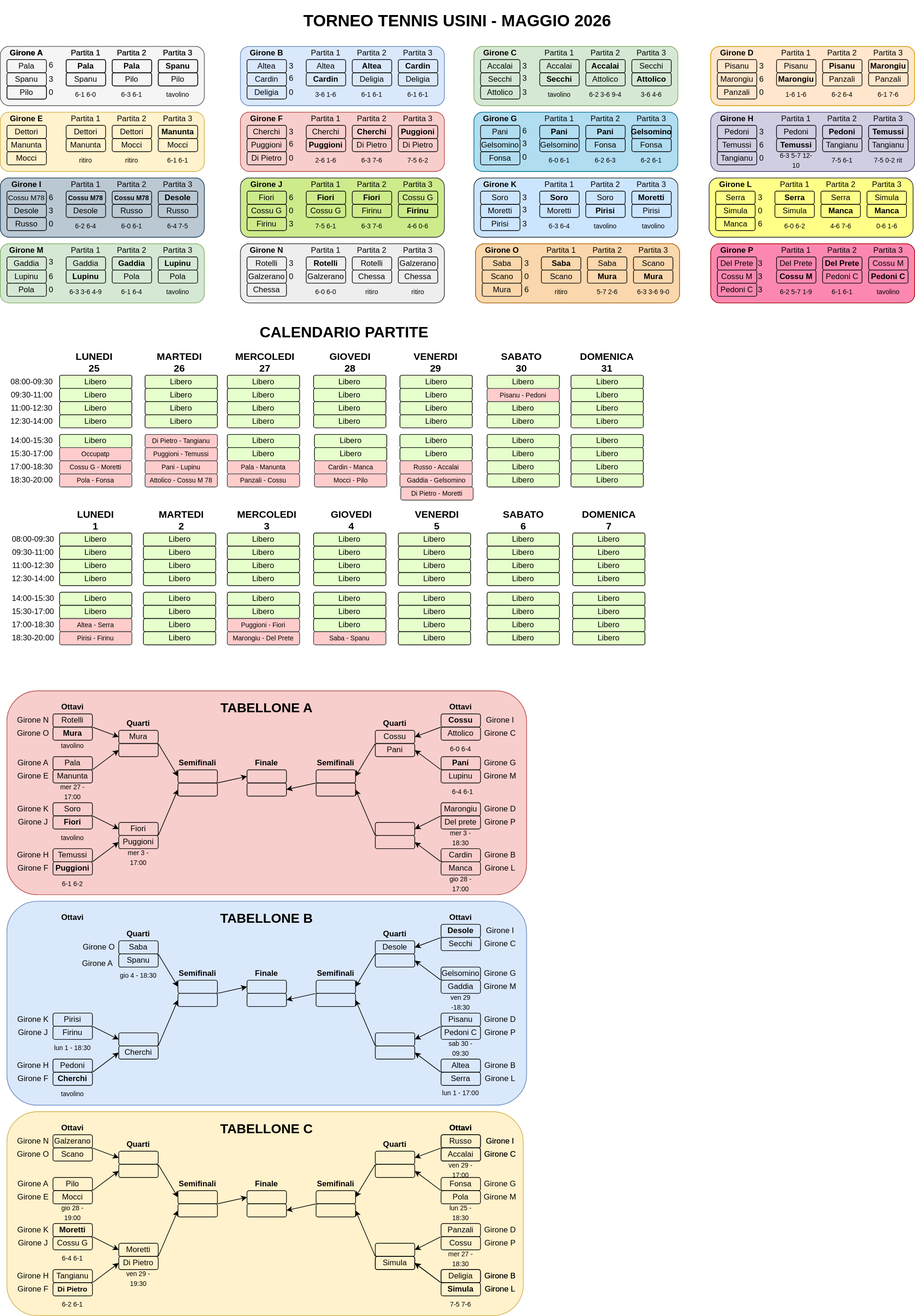
Before: torneo-tennis-2026/tabellone.drawio.svg, a diagram exported from draw.io (cscalaresu/tornei). Source tidied: cells renumbered, new cells last; positions are measured from the earlier drawing's top-left corner, leaving out a move shared by most shapes.
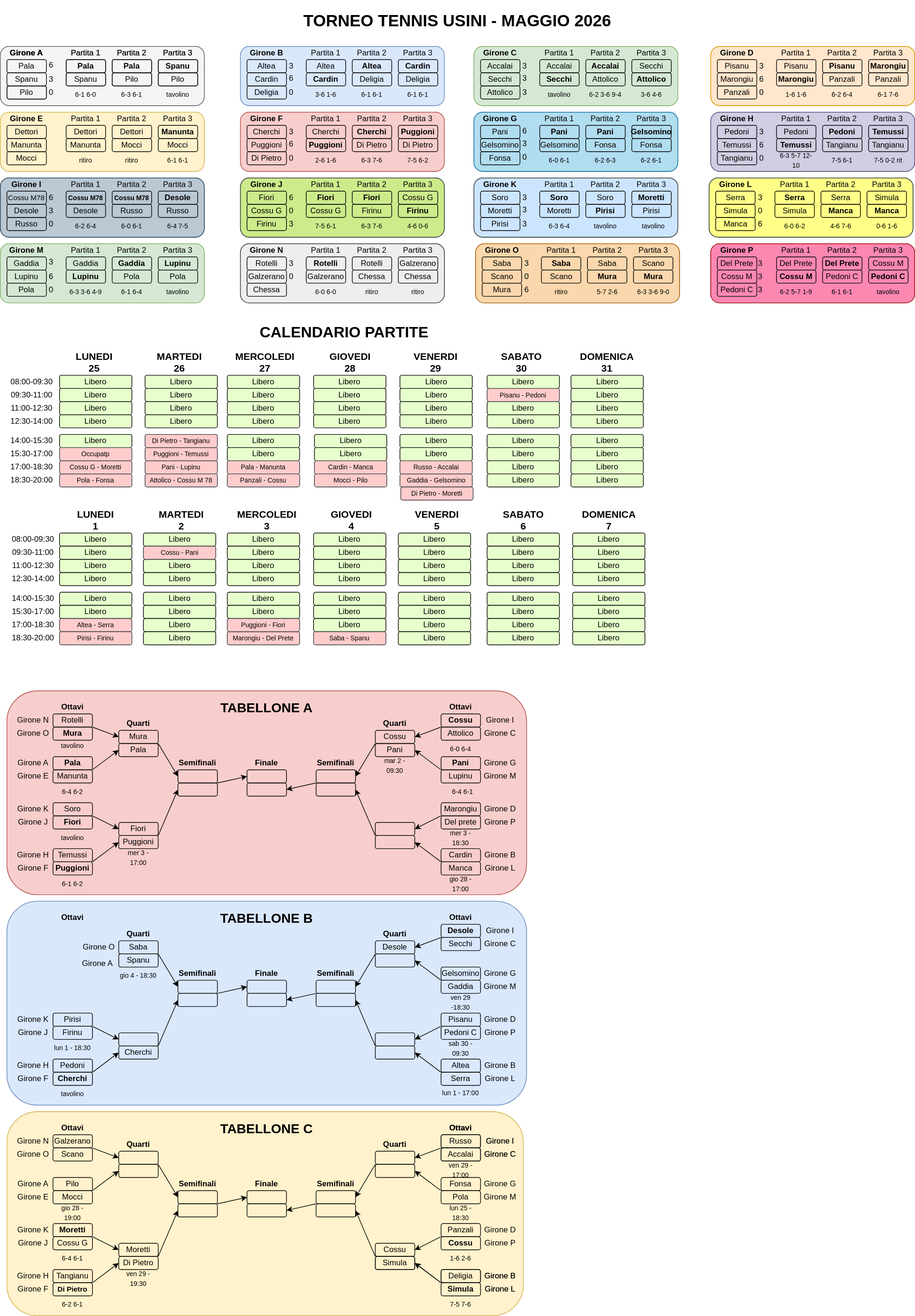
Above is the later version.

Diff of the diagram source:
```diff
@@ -1364,7 +1364,7 @@
     <mxCell id="453" value="Girone O" style="text;html=1;align=center;verticalAlign=middle;whiteSpace=wrap;rounded=0;" parent="1" vertex="1">
       <mxGeometry x="20" y="1100" width="60" height="30" as="geometry" />
     </mxCell>
-    <mxCell id="454" value="&lt;span style=&quot;font-weight: normal;&quot;&gt;Pala&lt;/span&gt;" style="rounded=1;whiteSpace=wrap;html=1;fillColor=none;fontStyle=1;" parent="1" vertex="1">
+    <mxCell id="454" value="&lt;span style=&quot;&quot;&gt;Pala&lt;/span&gt;" style="rounded=1;whiteSpace=wrap;html=1;fillColor=none;fontStyle=1;" parent="1" vertex="1">
       <mxGeometry x="80" y="1150" width="60" height="20" as="geometry" />
     </mxCell>
     <mxCell id="455" value="&lt;span style=&quot;font-weight: normal;&quot;&gt;Manunta&lt;/span&gt;" style="rounded=1;whiteSpace=wrap;html=1;fillColor=none;fontStyle=1;" parent="1" vertex="1">
@@ -1427,7 +1427,7 @@
     <mxCell id="474" value="&lt;div&gt;Mura&lt;/div&gt;" style="rounded=1;whiteSpace=wrap;html=1;fillColor=none;" parent="1" vertex="1">
       <mxGeometry x="180" y="1110" width="60" height="20" as="geometry" />
     </mxCell>
-    <mxCell id="475" value="&lt;div&gt;&lt;br&gt;&lt;/div&gt;" style="rounded=1;whiteSpace=wrap;html=1;fillColor=none;" parent="1" vertex="1">
+    <mxCell id="475" value="&lt;div&gt;Pala&lt;/div&gt;" style="rounded=1;whiteSpace=wrap;html=1;fillColor=none;" parent="1" vertex="1">
       <mxGeometry x="180" y="1130" width="60" height="20" as="geometry" />
     </mxCell>
     <mxCell id="476" value="&lt;div&gt;Fiori&lt;/div&gt;" style="rounded=1;whiteSpace=wrap;html=1;fillColor=none;" parent="1" vertex="1">
@@ -1874,7 +1874,7 @@
     <mxCell id="621" value="&lt;div&gt;&lt;br&gt;&lt;/div&gt;" style="rounded=1;whiteSpace=wrap;html=1;fillColor=none;" parent="1" vertex="1">
       <mxGeometry x="570" y="1770" width="60" height="20" as="geometry" />
     </mxCell>
-    <mxCell id="622" value="&lt;div&gt;&lt;br&gt;&lt;/div&gt;" style="rounded=1;whiteSpace=wrap;html=1;fillColor=none;" parent="1" vertex="1">
+    <mxCell id="622" value="&lt;div&gt;Cossu&lt;/div&gt;" style="rounded=1;whiteSpace=wrap;html=1;fillColor=none;" parent="1" vertex="1">
       <mxGeometry x="570" y="1890" width="60" height="20" as="geometry" />
     </mxCell>
     <mxCell id="623" value="&lt;b&gt;Semifinali&lt;/b&gt;" style="text;html=1;align=center;verticalAlign=middle;whiteSpace=wrap;rounded=0;" parent="1" vertex="1">
@@ -1889,7 +1889,7 @@
     <mxCell id="626" value="Panzali" style="rounded=1;whiteSpace=wrap;html=1;fillColor=none;" parent="1" vertex="1">
       <mxGeometry x="670" y="1860" width="60" height="20" as="geometry" />
     </mxCell>
-    <mxCell id="627" value="Cossu" style="rounded=1;whiteSpace=wrap;html=1;fillColor=none;" parent="1" vertex="1">
+    <mxCell id="627" value="Cossu" style="rounded=1;whiteSpace=wrap;html=1;fillColor=none;fontStyle=1;" parent="1" vertex="1">
       <mxGeometry x="670" y="1880" width="60" height="20" as="geometry" />
     </mxCell>
     <mxCell id="628" value="&lt;b&gt;Quarti&lt;/b&gt;" style="text;html=1;align=center;verticalAlign=middle;whiteSpace=wrap;rounded=0;" parent="1" vertex="1">
@@ -2507,7 +2507,7 @@
     <mxCell id="831" value="&lt;font style=&quot;font-size: 10px;&quot;&gt;Pala - Manunta&lt;/font&gt;" style="rounded=1;whiteSpace=wrap;html=1;fillColor=#ffcccc;strokeColor=#36393d;" parent="1" vertex="1">
       <mxGeometry x="345" y="700" width="110" height="20" as="geometry" />
     </mxCell>
-    <mxCell id="832" value="&lt;font style=&quot;font-size: 10px;&quot;&gt;mer 27 - 17:00&lt;/font&gt;" style="text;html=1;whiteSpace=wrap;strokeColor=none;fillColor=none;align=center;verticalAlign=middle;rounded=0;" parent="1" vertex="1">
+    <mxCell id="832" value="&lt;font style=&quot;font-size: 10px;&quot;&gt;6-4 6-2&lt;/font&gt;" style="text;html=1;whiteSpace=wrap;strokeColor=none;fillColor=none;align=center;verticalAlign=middle;rounded=0;" parent="1" vertex="1">
       <mxGeometry x="80" y="1190" width="60" height="25" as="geometry" />
     </mxCell>
     <mxCell id="833" value="&lt;font style=&quot;font-size: 10px;&quot;&gt;tavolino&lt;/font&gt;" style="text;html=1;whiteSpace=wrap;strokeColor=none;fillColor=none;align=center;verticalAlign=middle;rounded=0;" parent="1" vertex="1">
@@ -2717,9 +2717,6 @@
     <mxCell id="901" value="Libero" style="rounded=1;whiteSpace=wrap;html=1;fillColor=#E6FFCC;" parent="1" vertex="1">
       <mxGeometry x="217.5" y="850" width="110" height="20" as="geometry" />
     </mxCell>
-    <mxCell id="902" value="Libero" style="rounded=1;whiteSpace=wrap;html=1;fontStyle=0;fillColor=#E6FFCC;" parent="1" vertex="1">
-      <mxGeometry x="217.5" y="830" width="110" height="20" as="geometry" />
-    </mxCell>
     <mxCell id="903" value="Libero" style="rounded=1;whiteSpace=wrap;html=1;fontStyle=0;fillColor=#E6FFCC;" parent="1" vertex="1">
       <mxGeometry x="217.5" y="940" width="110" height="20" as="geometry" />
     </mxCell>
@@ -2759,7 +2756,7 @@
     <mxCell id="915" value="&lt;font style=&quot;font-size: 10px;&quot;&gt;Panzali - Cossu&lt;/font&gt;" style="rounded=1;whiteSpace=wrap;html=1;fillColor=#ffcccc;strokeColor=#36393d;" parent="1" vertex="1">
       <mxGeometry x="345" y="720" width="110" height="20" as="geometry" />
     </mxCell>
-    <mxCell id="916" value="&lt;font style=&quot;font-size: 10px;&quot;&gt;mer 27 - 18:30&lt;/font&gt;" style="text;html=1;whiteSpace=wrap;strokeColor=none;fillColor=none;align=center;verticalAlign=middle;rounded=0;" parent="1" vertex="1">
+    <mxCell id="916" value="&lt;font style=&quot;font-size: 10px;&quot;&gt;1-6 2-6&lt;/font&gt;" style="text;html=1;whiteSpace=wrap;strokeColor=none;fillColor=none;align=center;verticalAlign=middle;rounded=0;" parent="1" vertex="1">
       <mxGeometry x="670" y="1900" width="60" height="25" as="geometry" />
     </mxCell>
     <mxCell id="917" value="&lt;font style=&quot;font-size: 10px;&quot;&gt;Marongiu - Del Prete&lt;/font&gt;" style="rounded=1;whiteSpace=wrap;html=1;fillColor=#ffcccc;strokeColor=#36393d;" parent="1" vertex="1">
@@ -2780,5 +2777,11 @@
     <mxCell id="922" value="&lt;font style=&quot;font-size: 10px;&quot;&gt;ven 29 - 19:30&lt;/font&gt;" style="text;html=1;whiteSpace=wrap;strokeColor=none;fillColor=none;align=center;verticalAlign=middle;rounded=0;" parent="1" vertex="1">
       <mxGeometry x="180" y="1930" width="60" height="25" as="geometry" />
     </mxCell>
+    <mxCell id="923" value="&lt;font style=&quot;font-size: 10px;&quot;&gt;Cossu - Pani&lt;/font&gt;" style="rounded=1;whiteSpace=wrap;html=1;fillColor=#ffcccc;strokeColor=#36393d;" parent="1" vertex="1">
+      <mxGeometry x="217.5" y="830" width="110" height="20" as="geometry" />
+    </mxCell>
+    <mxCell id="924" value="&lt;font style=&quot;font-size: 10px;&quot;&gt;mar 2 - 09:30&lt;/font&gt;" style="text;html=1;whiteSpace=wrap;strokeColor=none;fillColor=none;align=center;verticalAlign=middle;rounded=0;" parent="1" vertex="1">
+      <mxGeometry x="570" y="1150" width="60" height="25" as="geometry" />
+    </mxCell>
   </root>
 </mxGraphModel>
```
